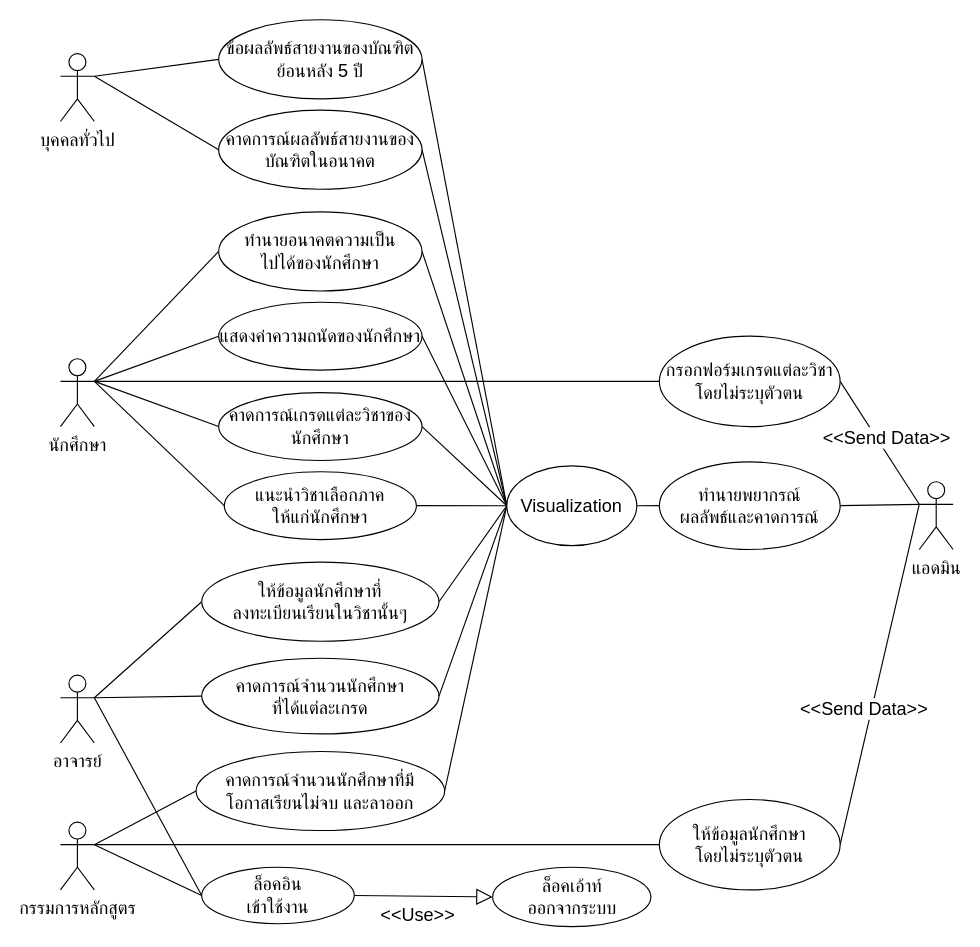
This is Design Architecture/UseCase.drawio from nontapanr/CEPP64-08, a draw.io file, before an edit. Source tidied: cells renumbered, new cells numbered last; positions are measured from the earlier drawing's top-left corner, leaving out a move shared by most shapes. Both pictures are drawn from the tidied source at 113%, with x=0, y=0 at pixel (60, 19).
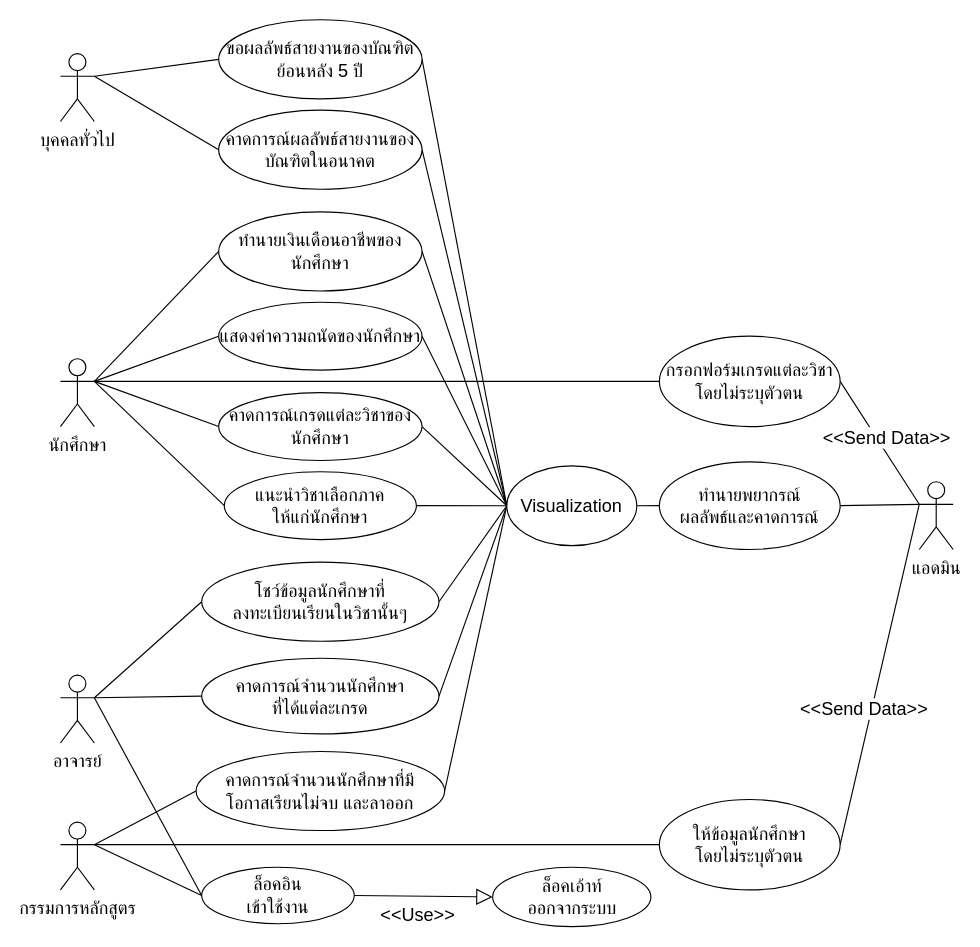
The same page after the edit.

The edit, as a diff of the source:
```diff
@@
-    <mxCell id="26" value="ทำนายอนาคตความเป็น&lt;br&gt;ไปได้ของนักศึกษา" style="ellipse;whiteSpace=wrap;html=1;fontSize=16;" parent="1" vertex="1">
+    <mxCell id="26" value="ทำนายเงินเดือนอาชีพของนักศึกษา" style="ellipse;whiteSpace=wrap;html=1;fontSize=16;" parent="1" vertex="1">
       <mxGeometry x="140" y="170" width="180" height="70" as="geometry" />
     </mxCell>
@@
-    <mxCell id="31" value="ให้ข้อมูลนักศึกษาที่&lt;br&gt;ลงทะเบียนเรียนในวิชานั้นๆ" style="ellipse;whiteSpace=wrap;html=1;fontSize=16;" parent="1" vertex="1">
+    <mxCell id="31" value="โชว์ข้อมูลนักศึกษาที่&lt;br&gt;ลงทะเบียนเรียนในวิชานั้นๆ" style="ellipse;whiteSpace=wrap;html=1;fontSize=16;" parent="1" vertex="1">
       <mxGeometry x="125" y="480" width="210" height="70" as="geometry" />
     </mxCell>
@@
-    <mxCell id="50" value="ข้อผลลัพธ์สายงานของบัณฑิตย้อนหลัง 5 ปี" style="ellipse;whiteSpace=wrap;html=1;fontSize=16;" parent="1" vertex="1">
+    <mxCell id="50" value="ขอผลลัพธ์สายงานของบัณฑิตย้อนหลัง 5 ปี" style="ellipse;whiteSpace=wrap;html=1;fontSize=16;" parent="1" vertex="1">
       <mxGeometry x="140" width="180" height="70" as="geometry" />
     </mxCell>
```
